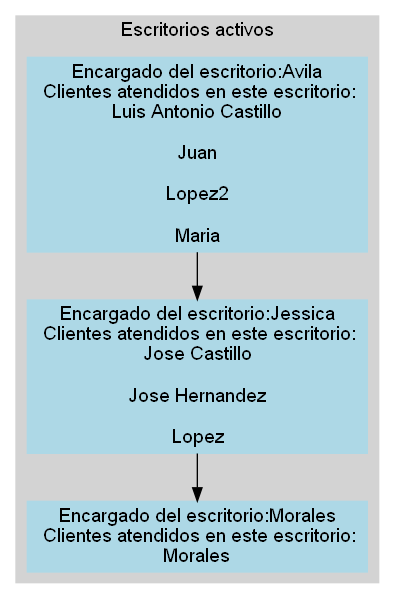
Above: nodo.png in luis2001xd/IPC2_Proyecto2_202003745 (Graphviz), before the change. Its source is kept beside it as nodo.dot. Source of this version:
```dot
digraph G {
fontname="Helvetica,Arial,sans-serif"
node [fontname="Helvetica,Arial,sans-serif"]
edge [fontname="Helvetica,Arial,sans-serif"]
subgraph cluster_0 {
style = filled;
color = lightgrey;
node [style=filled,color=white shape= rectangle];

label = "Clientes en espera de atencion"

}subgraph cluster_1 {
style = filled;
color = lightgrey;
node [style=filled,color=white shape= rectangle];
4125[label="Encargado del escritorio:Avila\n Clientes atendidos en este escritorio:\nLuis Antonio Castillo\n\nJuan\n\nLopez2\n\nMaria\n" color = lightblue]
4578[label="Encargado del escritorio:Jessica\n Clientes atendidos en este escritorio:\nJose Castillo\n\nJose Hernandez\n\nLopez\n" color = lightblue]
2147[label="Encargado del escritorio:Morales\n Clientes atendidos en este escritorio:\nMorales\n" color = lightblue]
4125->4578->2147
label = "Escritorios activos"

}
}
```
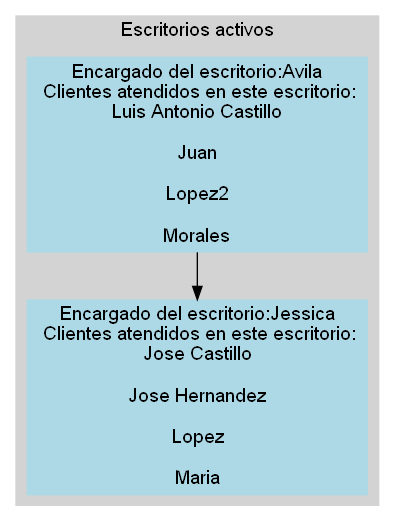
Later version of the same file.

The edit, as a diff of the source:
```diff
@@ -13,10 +13,9 @@
 style = filled;
 color = lightgrey;
 node [style=filled,color=white shape= rectangle];
-4125[label="Encargado del escritorio:Avila\n Clientes atendidos en este escritorio:\nLuis Antonio Castillo\n\nJuan\n\nLopez2\n\nMaria\n" color = lightblue]
-4578[label="Encargado del escritorio:Jessica\n Clientes atendidos en este escritorio:\nJose Castillo\n\nJose Hernandez\n\nLopez\n" color = lightblue]
-2147[label="Encargado del escritorio:Morales\n Clientes atendidos en este escritorio:\nMorales\n" color = lightblue]
-4125->4578->2147
+4125[label="Encargado del escritorio:Avila\n Clientes atendidos en este escritorio:\nLuis Antonio Castillo\n\nJuan\n\nLopez2\n\nMorales\n" color = lightblue]
+4578[label="Encargado del escritorio:Jessica\n Clientes atendidos en este escritorio:\nJose Castillo\n\nJose Hernandez\n\nLopez\n\nMaria\n" color = lightblue]
+4125->4578
 label = "Escritorios activos"
 
 }
```
